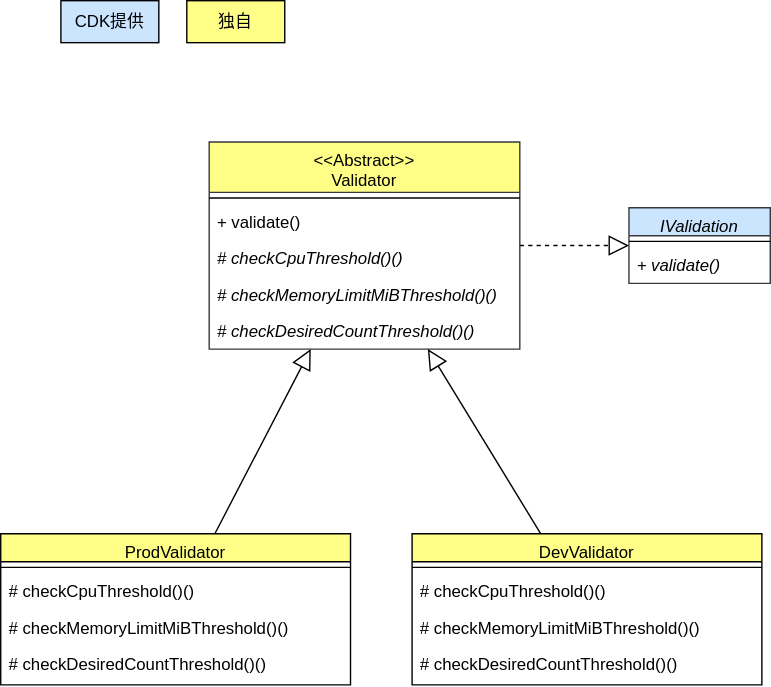
Above: drawio/template-method/template-method-cdk.drawio.svg in go-to-k/cdk-gof-design-pattern (draw.io), before the change. Source tidied: cells renumbered, new cells last; positions are measured from the earlier drawing's top-left corner, leaving out a move shared by most shapes.
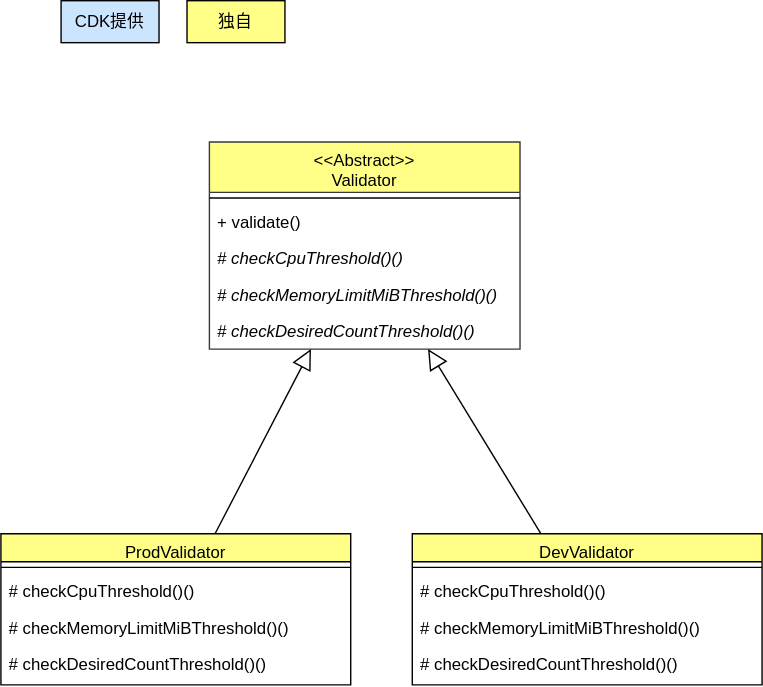
The same file after the commit.

Commit message:
change template method diagram

Diff of the diagram source:
```diff
@@ -38,24 +38,12 @@
     <mxCell id="13" style="endArrow=block;endFill=0;endSize=12;html=1;rounded=0;fontColor=#000000;strokeColor=#000000;" parent="1" edge="1" source="2" target="7">
       <mxGeometry relative="1" as="geometry" />
     </mxCell>
-    <mxCell id="14" style="endArrow=block;dashed=1;endFill=0;endSize=12;html=1;fontColor=#000000;strokeColor=#000000;labelBackgroundColor=none;" parent="1" edge="1" source="7" target="17">
-      <mxGeometry relative="1" as="geometry" />
-    </mxCell>
     <mxCell id="15" value="独自" style="rounded=0;whiteSpace=wrap;html=1;fillColor=#ffff88;strokeColor=#000000;fontColor=#000000;" parent="1" vertex="1">
       <mxGeometry x="133" width="70" height="30" as="geometry" />
     </mxCell>
     <mxCell id="16" value="CDK提供" style="rounded=0;whiteSpace=wrap;html=1;fillColor=#cce5ff;strokeColor=#000000;fontColor=#000000;" parent="1" vertex="1">
       <mxGeometry x="43" width="70" height="30" as="geometry" />
     </mxCell>
-    <mxCell id="17" value="IValidation" style="swimlane;fontStyle=2;align=center;verticalAlign=top;horizontal=1;startSize=20;rounded=0;shadow=0;strokeWidth=1;fillColor=#cce5ff;strokeColor=#36393d;fontColor=#000000;" parent="1" vertex="1">
-      <mxGeometry x="449" y="148" width="101" height="54" as="geometry" />
-    </mxCell>
-    <mxCell id="18" style="line;html=1;strokeWidth=1;align=left;verticalAlign=middle;spacingTop=-1;spacingLeft=3;spacingRight=3;labelPosition=right;fontColor=#000000;strokeColor=#000000;" parent="17" vertex="1">
-      <mxGeometry y="20" width="101" height="8" as="geometry" />
-    </mxCell>
-    <mxCell id="19" value="&lt;i&gt;+ validate()&lt;/i&gt;" style="text;strokeColor=none;fillColor=none;align=left;verticalAlign=top;spacingLeft=4;spacingRight=4;overflow=hidden;whiteSpace=wrap;html=1;fontColor=#000000;" parent="17" vertex="1">
-      <mxGeometry y="28" width="101" height="26" as="geometry" />
-    </mxCell>
     <mxCell id="20" value="DevValidator" style="swimlane;fontStyle=0;align=center;verticalAlign=top;horizontal=1;startSize=20;rounded=0;shadow=0;strokeWidth=1;fillColor=#ffff88;strokeColor=#000000;fontColor=#000000;" parent="1" vertex="1">
       <mxGeometry x="294" y="381" width="250" height="108" as="geometry" />
     </mxCell>
```
